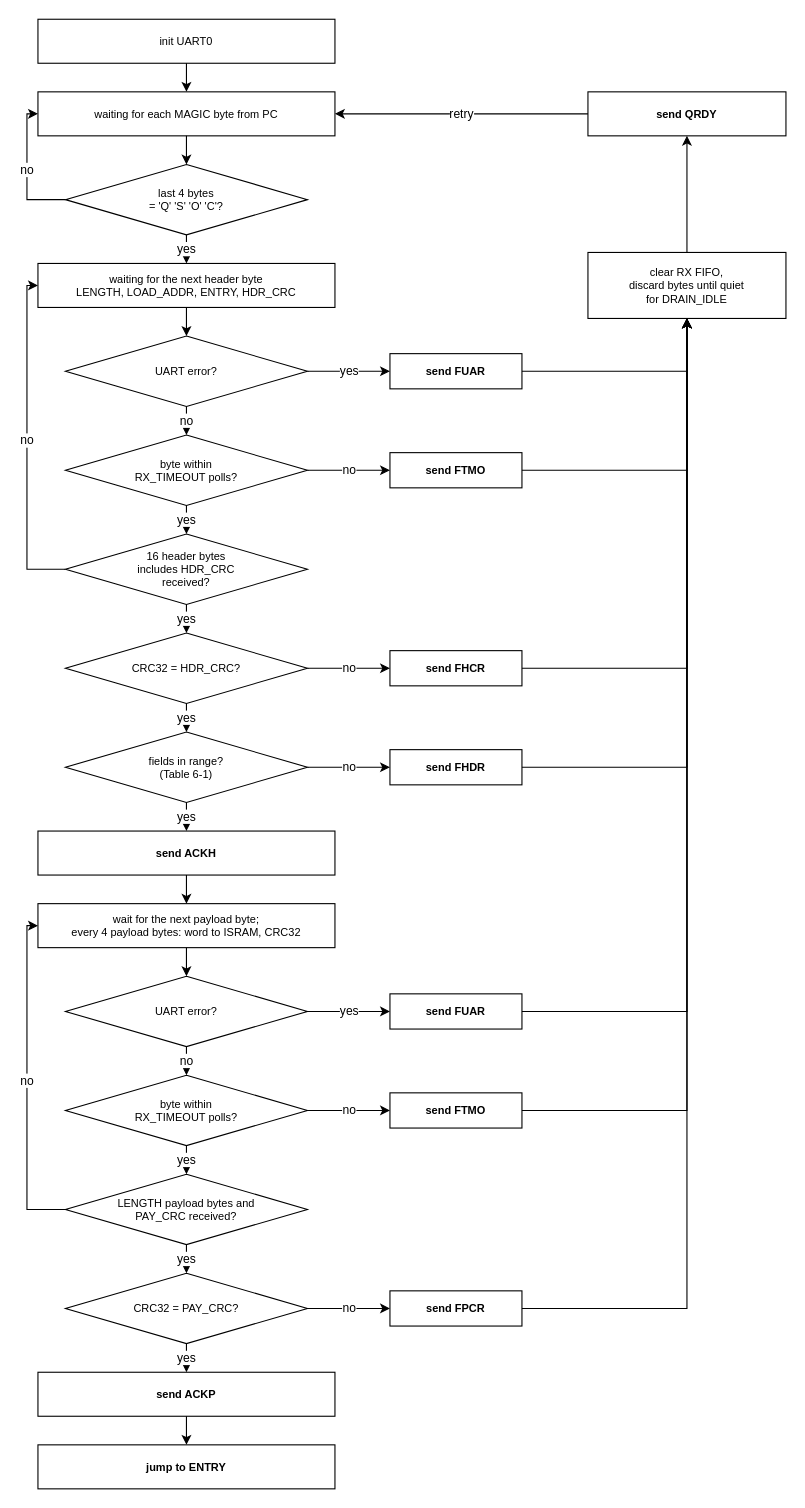
Earlier version of the draw.io diagram page "Bootloader flow" (4 of 5) of doc/figures/drawio/QNSC_BOOT.drawio (quynhonsemiconductor/vlsi_deep_training). Source tidied: cells renumbered, new cells numbered last; positions are measured from the earlier drawing's top-left corner, leaving out a move shared by most shapes. Both pictures are drawn from the tidied source at 110%, with x=0, y=0 at pixel (37, 19).
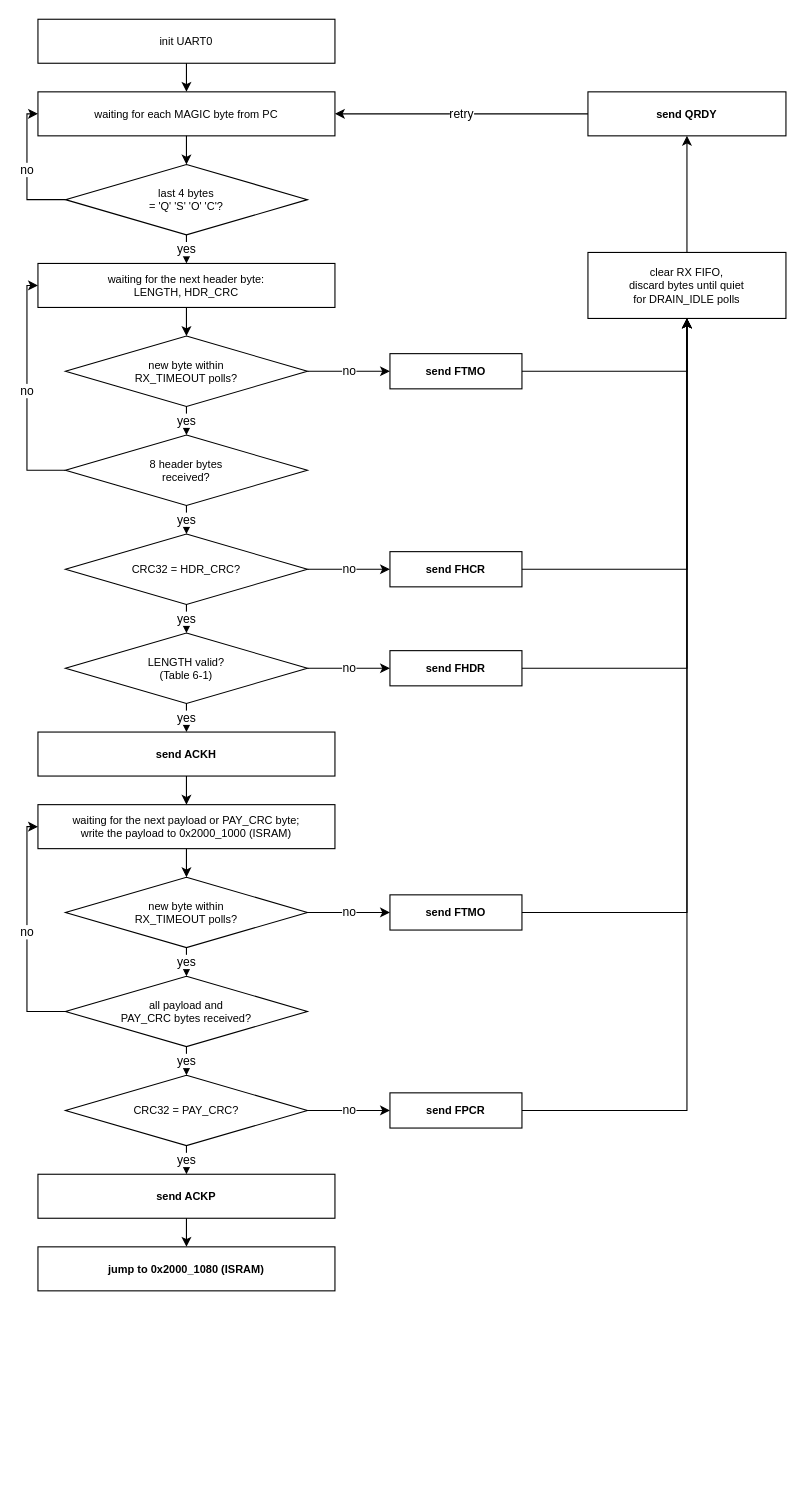
The same diagram, later.

Diff of the diagram source:
```diff
@@
-    <mxCell id="5" value="waiting for the next header byte&#10;LENGTH, LOAD_ADDR, ENTRY, HDR_CRC" style="rounded=0;whiteSpace=wrap;html=1;fillColor=#ffffff;strokeColor=#000000;fontSize=10;dashed=0;verticalAlign=middle;" parent="1" vertex="1">
+    <mxCell id="5" value="waiting for the next header byte:&#10;LENGTH, HDR_CRC" style="rounded=0;whiteSpace=wrap;html=1;fillColor=#ffffff;strokeColor=#000000;fontSize=10;dashed=0;verticalAlign=middle;" parent="1" vertex="1">
       <mxGeometry y="222" width="270" height="40" as="geometry" />
     </mxCell>
-    <mxCell id="6" value="UART error?" style="rhombus;whiteSpace=wrap;html=1;fillColor=#ffffff;strokeColor=#000000;fontSize=10;dashed=0;verticalAlign=middle;" parent="1" vertex="1">
-      <mxGeometry x="25" y="288" width="220" height="64" as="geometry" />
-    </mxCell>
-    <mxCell id="7" value="byte within&#10;RX_TIMEOUT polls?" style="rhombus;whiteSpace=wrap;html=1;fillColor=#ffffff;strokeColor=#000000;fontSize=10;dashed=0;verticalAlign=middle;" parent="1" vertex="1">
-      <mxGeometry x="25" y="378" width="220" height="64" as="geometry" />
+    <mxCell id="7" value="new byte within&#10;RX_TIMEOUT polls?" style="rhombus;whiteSpace=wrap;html=1;fillColor=#ffffff;strokeColor=#000000;fontSize=10;dashed=0;verticalAlign=middle;" parent="1" vertex="1">
+      <mxGeometry x="25" y="288" width="220" height="64" as="geometry" />
     </mxCell>
-    <mxCell id="8" value="16 header bytes&#10;includes HDR_CRC&#10;received?" style="rhombus;whiteSpace=wrap;html=1;fillColor=#ffffff;strokeColor=#000000;fontSize=10;dashed=0;verticalAlign=middle;" parent="1" vertex="1">
-      <mxGeometry x="25" y="468" width="220" height="64" as="geometry" />
-    </mxCell>
+    <mxCell id="63" value="8 header bytes&#10;received?" style="rhombus;whiteSpace=wrap;html=1;fillColor=#ffffff;strokeColor=#000000;fontSize=10;dashed=0;verticalAlign=middle;" parent="1" vertex="1">
+      <mxGeometry x="25" y="378" width="220" height="64" as="geometry" />
+    </mxCell>
     <mxCell id="9" value="CRC32 = HDR_CRC?" style="rhombus;whiteSpace=wrap;html=1;fillColor=#ffffff;strokeColor=#000000;fontSize=10;dashed=0;verticalAlign=middle;" parent="1" vertex="1">
-      <mxGeometry x="25" y="558" width="220" height="64" as="geometry" />
+      <mxGeometry x="25" y="468" width="220" height="64" as="geometry" />
     </mxCell>
-    <mxCell id="10" value="fields in range?&#10;(Table 6-1)" style="rhombus;whiteSpace=wrap;html=1;fillColor=#ffffff;strokeColor=#000000;fontSize=10;dashed=0;verticalAlign=middle;" parent="1" vertex="1">
-      <mxGeometry x="25" y="648" width="220" height="64" as="geometry" />
+    <mxCell id="10" value="LENGTH valid?&#10;(Table 6-1)" style="rhombus;whiteSpace=wrap;html=1;fillColor=#ffffff;strokeColor=#000000;fontSize=10;dashed=0;verticalAlign=middle;" parent="1" vertex="1">
+      <mxGeometry x="25" y="558" width="220" height="64" as="geometry" />
     </mxCell>
     <mxCell id="11" value="send ACKH" style="rounded=0;whiteSpace=wrap;html=1;fillColor=#ffffff;strokeColor=#000000;fontSize=10;dashed=0;fontStyle=1;verticalAlign=middle;" parent="1" vertex="1">
-      <mxGeometry y="738" width="270" height="40" as="geometry" />
+      <mxGeometry y="648" width="270" height="40" as="geometry" />
     </mxCell>
-    <mxCell id="12" value="wait for the next payload byte;&#10;every 4 payload bytes: word to ISRAM, CRC32" style="rounded=0;whiteSpace=wrap;html=1;fillColor=#ffffff;strokeColor=#000000;fontSize=10;dashed=0;verticalAlign=middle;" parent="1" vertex="1">
-      <mxGeometry y="804" width="270" height="40" as="geometry" />
+    <mxCell id="12" value="waiting for the next payload or PAY_CRC byte;&#10;write the payload to 0x2000_1000 (ISRAM)" style="rounded=0;whiteSpace=wrap;html=1;fillColor=#ffffff;strokeColor=#000000;fontSize=10;dashed=0;verticalAlign=middle;" parent="1" vertex="1">
+      <mxGeometry y="714" width="270" height="40" as="geometry" />
     </mxCell>
-    <mxCell id="13" value="UART error?" style="rhombus;whiteSpace=wrap;html=1;fillColor=#ffffff;strokeColor=#000000;fontSize=10;dashed=0;verticalAlign=middle;" parent="1" vertex="1">
-      <mxGeometry x="25" y="870" width="220" height="64" as="geometry" />
-    </mxCell>
-    <mxCell id="14" value="byte within&#10;RX_TIMEOUT polls?" style="rhombus;whiteSpace=wrap;html=1;fillColor=#ffffff;strokeColor=#000000;fontSize=10;dashed=0;verticalAlign=middle;" parent="1" vertex="1">
-      <mxGeometry x="25" y="960" width="220" height="64" as="geometry" />
+    <mxCell id="14" value="new byte within&#10;RX_TIMEOUT polls?" style="rhombus;whiteSpace=wrap;html=1;fillColor=#ffffff;strokeColor=#000000;fontSize=10;dashed=0;verticalAlign=middle;" parent="1" vertex="1">
+      <mxGeometry x="25" y="780" width="220" height="64" as="geometry" />
     </mxCell>
-    <mxCell id="15" value="LENGTH payload bytes and&#10;PAY_CRC received?" style="rhombus;whiteSpace=wrap;html=1;fillColor=#ffffff;strokeColor=#000000;fontSize=10;dashed=0;verticalAlign=middle;" parent="1" vertex="1">
-      <mxGeometry x="25" y="1050" width="220" height="64" as="geometry" />
+    <mxCell id="15" value="all payload and&#10;PAY_CRC bytes received?" style="rhombus;whiteSpace=wrap;html=1;fillColor=#ffffff;strokeColor=#000000;fontSize=10;dashed=0;verticalAlign=middle;" parent="1" vertex="1">
+      <mxGeometry x="25" y="870" width="220" height="64" as="geometry" />
     </mxCell>
     <mxCell id="16" value="CRC32 = PAY_CRC?" style="rhombus;whiteSpace=wrap;html=1;fillColor=#ffffff;strokeColor=#000000;fontSize=10;dashed=0;verticalAlign=middle;" parent="1" vertex="1">
-      <mxGeometry x="25" y="1140" width="220" height="64" as="geometry" />
+      <mxGeometry x="25" y="960" width="220" height="64" as="geometry" />
     </mxCell>
     <mxCell id="17" value="send ACKP" style="rounded=0;whiteSpace=wrap;html=1;fillColor=#ffffff;strokeColor=#000000;fontSize=10;dashed=0;fontStyle=1;verticalAlign=middle;" parent="1" vertex="1">
-      <mxGeometry y="1230" width="270" height="40" as="geometry" />
+      <mxGeometry y="1050" width="270" height="40" as="geometry" />
     </mxCell>
-    <mxCell id="18" value="jump to ENTRY" style="rounded=0;whiteSpace=wrap;html=1;fillColor=#ffffff;strokeColor=#000000;fontSize=10;dashed=0;fontStyle=1;verticalAlign=middle;" parent="1" vertex="1">
-      <mxGeometry y="1296" width="270" height="40" as="geometry" />
+    <mxCell id="18" value="jump to 0x2000_1080 (ISRAM)" style="rounded=0;whiteSpace=wrap;html=1;fillColor=#ffffff;strokeColor=#000000;fontSize=10;dashed=0;fontStyle=1;verticalAlign=middle;" parent="1" vertex="1">
+      <mxGeometry y="1116" width="270" height="40" as="geometry" />
     </mxCell>
@@
-    <mxCell id="20" value="clear RX FIFO,&#10;discard bytes until quiet&#10;for DRAIN_IDLE" style="rounded=0;whiteSpace=wrap;html=1;fillColor=#ffffff;strokeColor=#000000;fontSize=10;dashed=0;verticalAlign=middle;" parent="1" vertex="1">
+    <mxCell id="20" value="clear RX FIFO,&#10;discard bytes until quiet&#10;for DRAIN_IDLE polls" style="rounded=0;whiteSpace=wrap;html=1;fillColor=#ffffff;strokeColor=#000000;fontSize=10;dashed=0;verticalAlign=middle;" parent="1" vertex="1">
       <mxGeometry x="500" y="212" width="180" height="60" as="geometry" />
     </mxCell>
-    <mxCell id="21" value="send FUAR" style="rounded=0;whiteSpace=wrap;html=1;fillColor=#ffffff;strokeColor=#000000;fontSize=10;dashed=0;fontStyle=1;verticalAlign=middle;" parent="1" vertex="1">
-      <mxGeometry x="320" y="304" width="120" height="32" as="geometry" />
-    </mxCell>
     <mxCell id="22" value="send FTMO" style="rounded=0;whiteSpace=wrap;html=1;fillColor=#ffffff;strokeColor=#000000;fontSize=10;dashed=0;fontStyle=1;verticalAlign=middle;" parent="1" vertex="1">
-      <mxGeometry x="320" y="394" width="120" height="32" as="geometry" />
+      <mxGeometry x="320" y="304" width="120" height="32" as="geometry" />
     </mxCell>
     <mxCell id="23" value="send FHCR" style="rounded=0;whiteSpace=wrap;html=1;fillColor=#ffffff;strokeColor=#000000;fontSize=10;dashed=0;fontStyle=1;verticalAlign=middle;" parent="1" vertex="1">
-      <mxGeometry x="320" y="574" width="120" height="32" as="geometry" />
+      <mxGeometry x="320" y="484" width="120" height="32" as="geometry" />
     </mxCell>
     <mxCell id="24" value="send FHDR" style="rounded=0;whiteSpace=wrap;html=1;fillColor=#ffffff;strokeColor=#000000;fontSize=10;dashed=0;fontStyle=1;verticalAlign=middle;" parent="1" vertex="1">
-      <mxGeometry x="320" y="664" width="120" height="32" as="geometry" />
+      <mxGeometry x="320" y="574" width="120" height="32" as="geometry" />
     </mxCell>
-    <mxCell id="25" value="send FUAR" style="rounded=0;whiteSpace=wrap;html=1;fillColor=#ffffff;strokeColor=#000000;fontSize=10;dashed=0;fontStyle=1;verticalAlign=middle;" parent="1" vertex="1">
-      <mxGeometry x="320" y="886" width="120" height="32" as="geometry" />
-    </mxCell>
     <mxCell id="26" value="send FTMO" style="rounded=0;whiteSpace=wrap;html=1;fillColor=#ffffff;strokeColor=#000000;fontSize=10;dashed=0;fontStyle=1;verticalAlign=middle;" parent="1" vertex="1">
-      <mxGeometry x="320" y="976" width="120" height="32" as="geometry" />
+      <mxGeometry x="320" y="796" width="120" height="32" as="geometry" />
     </mxCell>
     <mxCell id="27" value="send FPCR" style="rounded=0;whiteSpace=wrap;html=1;fillColor=#ffffff;strokeColor=#000000;fontSize=10;dashed=0;fontStyle=1;verticalAlign=middle;" parent="1" vertex="1">
-      <mxGeometry x="320" y="1156" width="120" height="32" as="geometry" />
+      <mxGeometry x="320" y="976" width="120" height="32" as="geometry" />
     </mxCell>
@@
-    <mxCell id="31" style="edgeStyle=orthogonalEdgeStyle;rounded=0;html=1;exitX=0.5;exitY=1.0;entryX=0.5;entryY=0.0;exitDx=0;exitDy=0;entryDx=0;entryDy=0;" parent="1" edge="1" source="5" target="6">
-      <mxGeometry relative="1" as="geometry" />
-    </mxCell>
-    <mxCell id="32" value="no" style="edgeStyle=orthogonalEdgeStyle;rounded=0;html=1;exitX=0.5;exitY=1.0;entryX=0.5;entryY=0.0;exitDx=0;exitDy=0;entryDx=0;entryDy=0;" parent="1" edge="1" source="6" target="7">
-      <mxGeometry relative="1" as="geometry" />
-    </mxCell>
-    <mxCell id="33" value="yes" style="edgeStyle=orthogonalEdgeStyle;rounded=0;html=1;exitX=0.5;exitY=1.0;entryX=0.5;entryY=0.0;exitDx=0;exitDy=0;entryDx=0;entryDy=0;" parent="1" edge="1" source="7" target="8">
-      <mxGeometry relative="1" as="geometry" />
-    </mxCell>
-    <mxCell id="34" value="yes" style="edgeStyle=orthogonalEdgeStyle;rounded=0;html=1;exitX=0.5;exitY=1.0;entryX=0.5;entryY=0.0;exitDx=0;exitDy=0;entryDx=0;entryDy=0;" parent="1" edge="1" source="8" target="9">
-      <mxGeometry relative="1" as="geometry" />
-    </mxCell>
+    <mxCell id="64" style="edgeStyle=orthogonalEdgeStyle;rounded=0;html=1;exitX=0.5;exitY=1.0;entryX=0.5;entryY=0.0;exitDx=0;exitDy=0;entryDx=0;entryDy=0;" parent="1" edge="1" source="5" target="7">
+      <mxGeometry relative="1" as="geometry" />
+    </mxCell>
+    <mxCell id="65" value="yes" style="edgeStyle=orthogonalEdgeStyle;rounded=0;html=1;exitX=0.5;exitY=1.0;entryX=0.5;entryY=0.0;exitDx=0;exitDy=0;entryDx=0;entryDy=0;" parent="1" edge="1" source="7" target="63">
+      <mxGeometry relative="1" as="geometry" />
+    </mxCell>
+    <mxCell id="66" value="yes" style="edgeStyle=orthogonalEdgeStyle;rounded=0;html=1;exitX=0.5;exitY=1.0;entryX=0.5;entryY=0.0;exitDx=0;exitDy=0;entryDx=0;entryDy=0;" parent="1" edge="1" source="63" target="9">
+      <mxGeometry relative="1" as="geometry" />
+    </mxCell>
@@
-    <mxCell id="38" style="edgeStyle=orthogonalEdgeStyle;rounded=0;html=1;exitX=0.5;exitY=1.0;entryX=0.5;entryY=0.0;exitDx=0;exitDy=0;entryDx=0;entryDy=0;" parent="1" edge="1" source="12" target="13">
-      <mxGeometry relative="1" as="geometry" />
-    </mxCell>
-    <mxCell id="39" value="no" style="edgeStyle=orthogonalEdgeStyle;rounded=0;html=1;exitX=0.5;exitY=1.0;entryX=0.5;entryY=0.0;exitDx=0;exitDy=0;entryDx=0;entryDy=0;" parent="1" edge="1" source="13" target="14">
-      <mxGeometry relative="1" as="geometry" />
-    </mxCell>
+    <mxCell id="67" style="edgeStyle=orthogonalEdgeStyle;rounded=0;html=1;exitX=0.5;exitY=1.0;entryX=0.5;entryY=0.0;exitDx=0;exitDy=0;entryDx=0;entryDy=0;" parent="1" edge="1" source="12" target="14">
+      <mxGeometry relative="1" as="geometry" />
+    </mxCell>
@@
-    <mxCell id="45" value="no" style="edgeStyle=orthogonalEdgeStyle;rounded=0;html=1;exitX=0.0;exitY=0.5;entryX=0.0;entryY=0.5;exitDx=0;exitDy=0;entryDx=0;entryDy=0;" parent="1" edge="1" source="8" target="5">
-      <mxGeometry relative="1" as="geometry" />
-    </mxCell>
+    <mxCell id="68" value="no" style="edgeStyle=orthogonalEdgeStyle;rounded=0;html=1;exitX=0.0;exitY=0.5;entryX=0.0;entryY=0.5;exitDx=0;exitDy=0;entryDx=0;entryDy=0;" parent="1" edge="1" source="63" target="5">
+      <mxGeometry relative="1" as="geometry" />
+    </mxCell>
@@
-    <mxCell id="47" value="yes" style="edgeStyle=orthogonalEdgeStyle;rounded=0;html=1;exitX=1.0;exitY=0.5;entryX=0.0;entryY=0.5;exitDx=0;exitDy=0;entryDx=0;entryDy=0;" parent="1" edge="1" source="6" target="21">
-      <mxGeometry relative="1" as="geometry" />
-    </mxCell>
-    <mxCell id="48" style="edgeStyle=orthogonalEdgeStyle;rounded=0;html=1;exitX=1.0;exitY=0.5;entryX=0.5;entryY=1.0;exitDx=0;exitDy=0;entryDx=0;entryDy=0;" parent="1" edge="1" source="21" target="20">
-      <mxGeometry relative="1" as="geometry" />
-    </mxCell>
@@
-    <mxCell id="55" value="yes" style="edgeStyle=orthogonalEdgeStyle;rounded=0;html=1;exitX=1.0;exitY=0.5;entryX=0.0;entryY=0.5;exitDx=0;exitDy=0;entryDx=0;entryDy=0;" parent="1" edge="1" source="13" target="25">
-      <mxGeometry relative="1" as="geometry" />
-    </mxCell>
-    <mxCell id="56" style="edgeStyle=orthogonalEdgeStyle;rounded=0;html=1;exitX=1.0;exitY=0.5;entryX=0.5;entryY=1.0;exitDx=0;exitDy=0;entryDx=0;entryDy=0;" parent="1" edge="1" source="25" target="20">
-      <mxGeometry relative="1" as="geometry" />
-    </mxCell>
```
